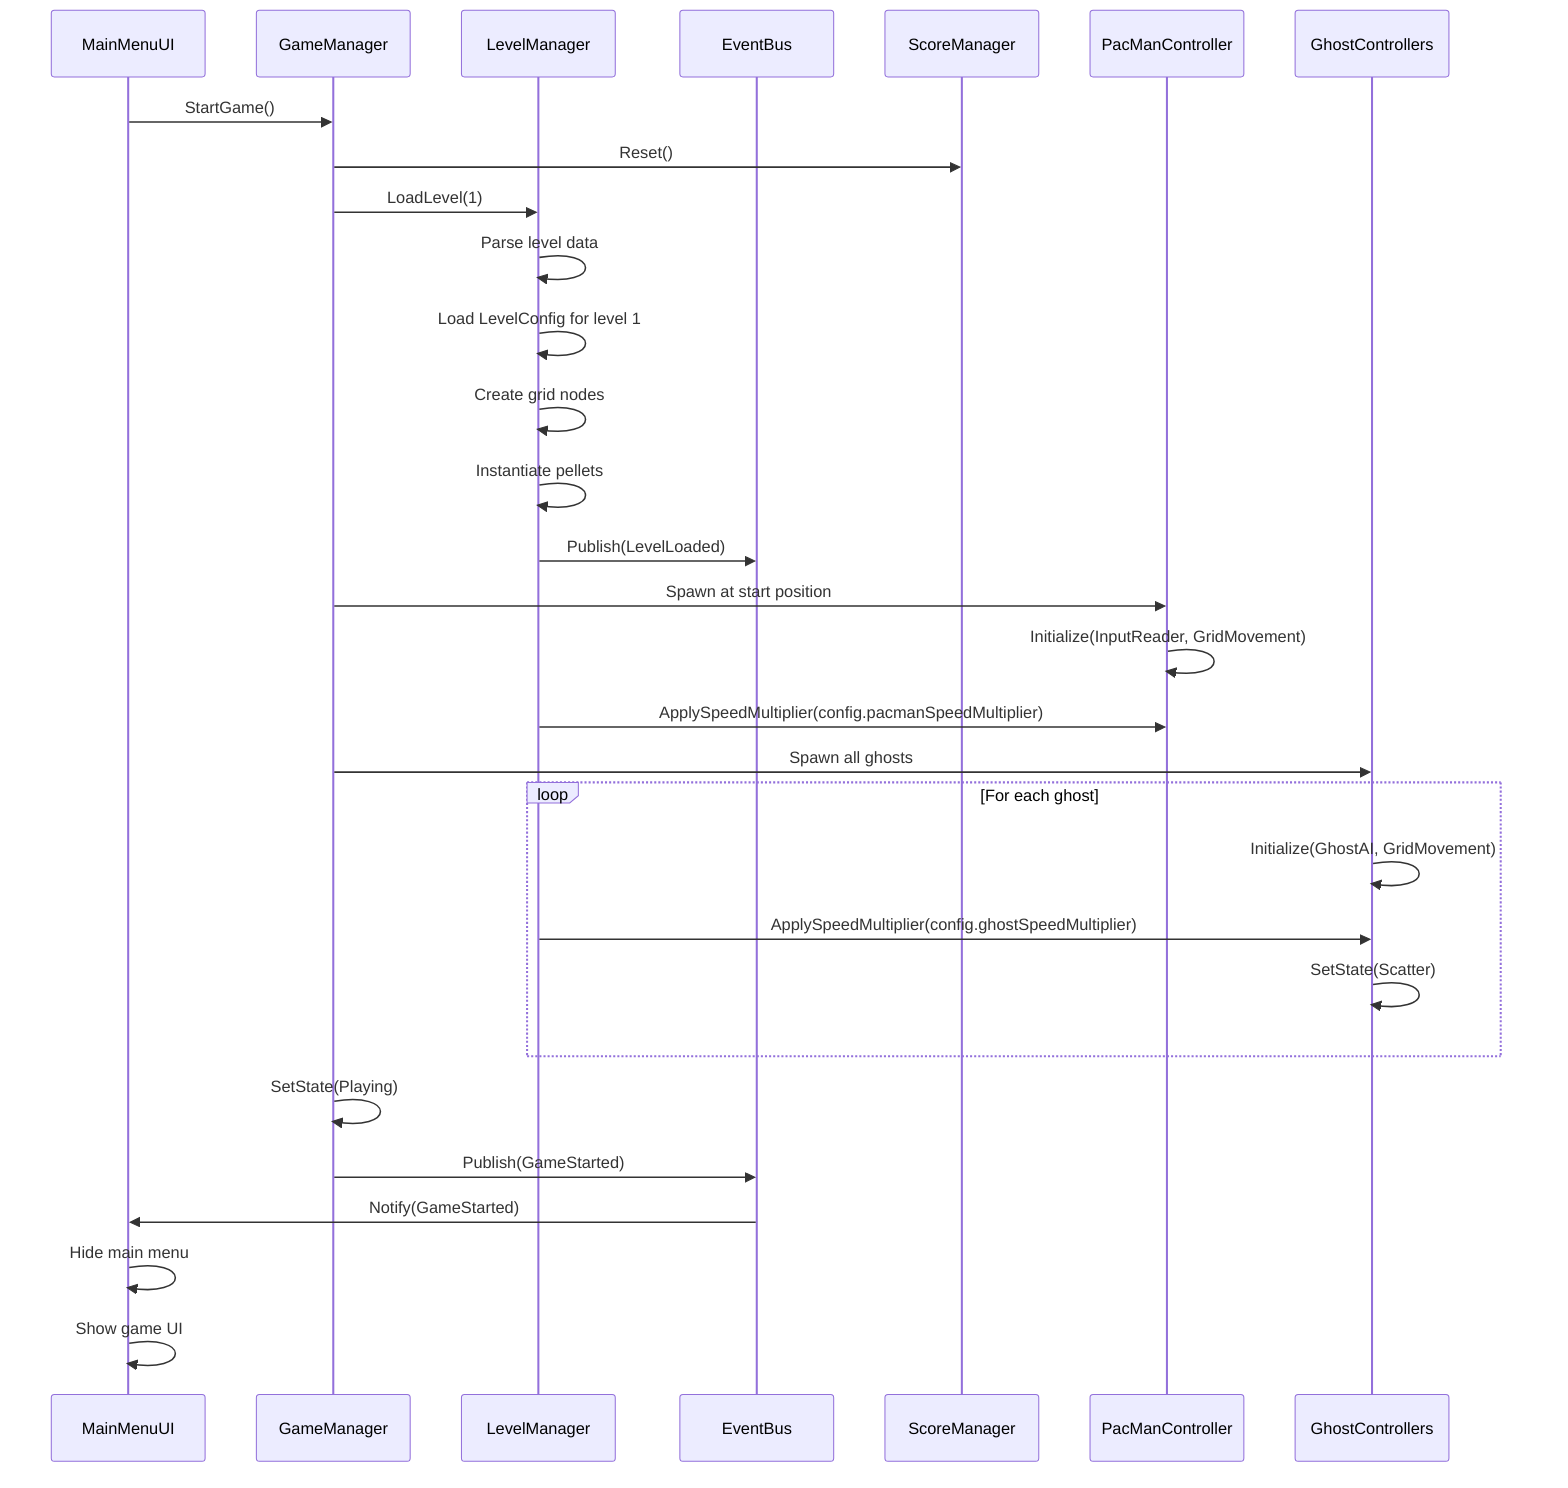
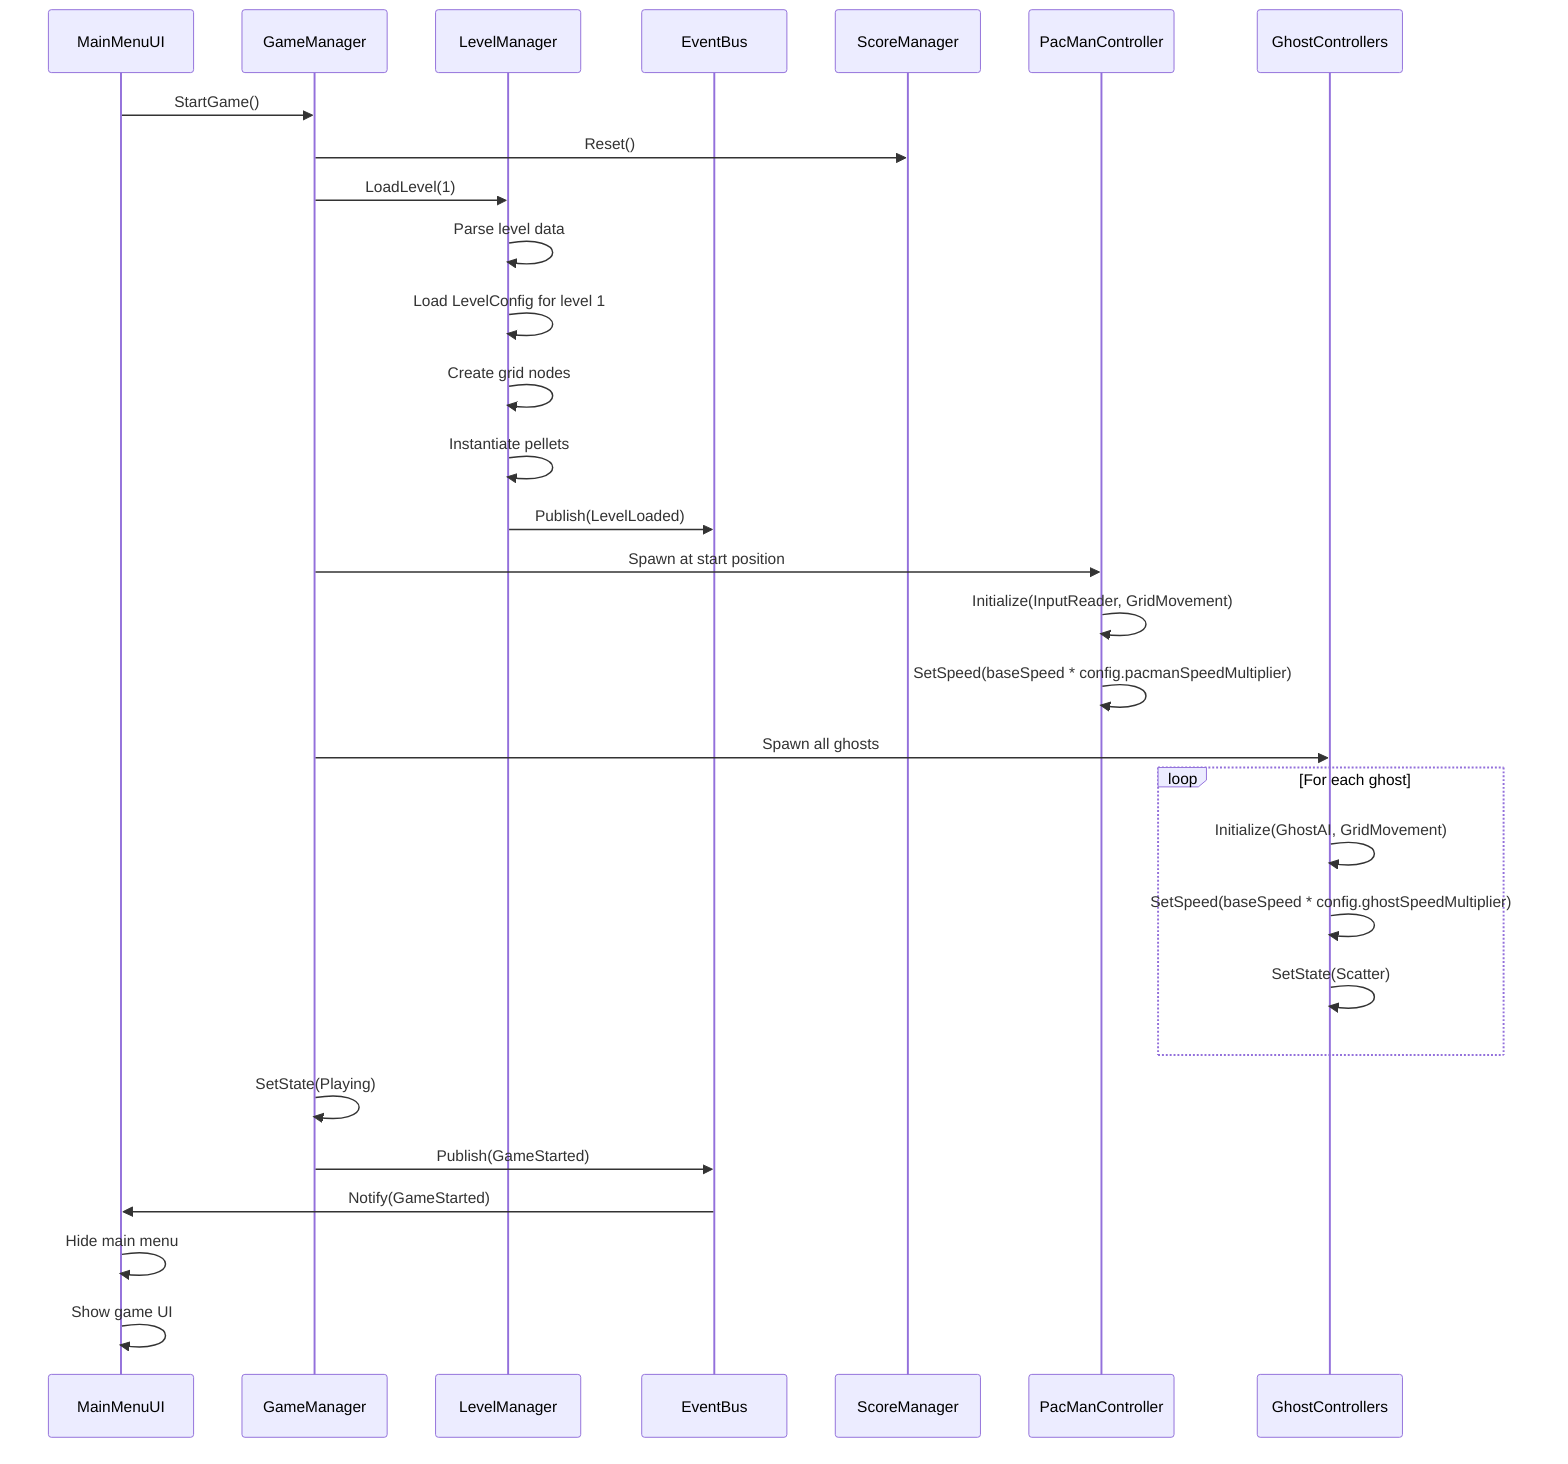
sequenceDiagram
    participant UI as MainMenuUI
    participant GM as GameManager
    participant LM as LevelManager
    participant EB as EventBus
    participant SM as ScoreManager
    participant Pac as PacManController
    participant Ghosts as GhostControllers

    UI->>GM: StartGame()
    GM->>SM: Reset()
    GM->>LM: LoadLevel(1)
    LM->>LM: Parse level data
    LM->>LM: Load LevelConfig for level 1
    LM->>LM: Create grid nodes
    LM->>LM: Instantiate pellets
    LM->>EB: Publish(LevelLoaded)

    GM->>Pac: Spawn at start position
    Pac->>Pac: Initialize(InputReader, GridMovement)
-     LM->>Pac: ApplySpeedMultiplier(config.pacmanSpeedMultiplier)
+     Pac->>Pac: SetSpeed(baseSpeed * config.pacmanSpeedMultiplier)

    GM->>Ghosts: Spawn all ghosts
    loop For each ghost
        Ghosts->>Ghosts: Initialize(GhostAI, GridMovement)
-         LM->>Ghosts: ApplySpeedMultiplier(config.ghostSpeedMultiplier)
+         Ghosts->>Ghosts: SetSpeed(baseSpeed * config.ghostSpeedMultiplier)
        Ghosts->>Ghosts: SetState(Scatter)
    end

    GM->>GM: SetState(Playing)
    GM->>EB: Publish(GameStarted)
    EB->>UI: Notify(GameStarted)
    UI->>UI: Hide main menu
    UI->>UI: Show game UI
